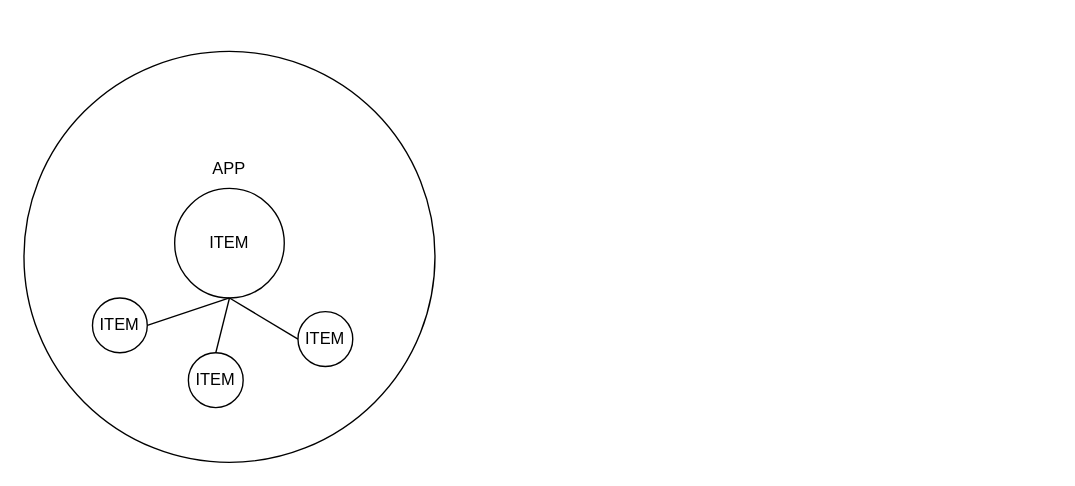
Before: Untitled Diagram.drawio in NikoHelle/diagrams, a draw.io diagram. Source tidied: cells renumbered, new cells numbered last; positions are measured from the earlier drawing's top-left corner, leaving out a move shared by most shapes. Both pictures are drawn from the tidied source at 137%, with x=0, y=0 at pixel (23, 51).
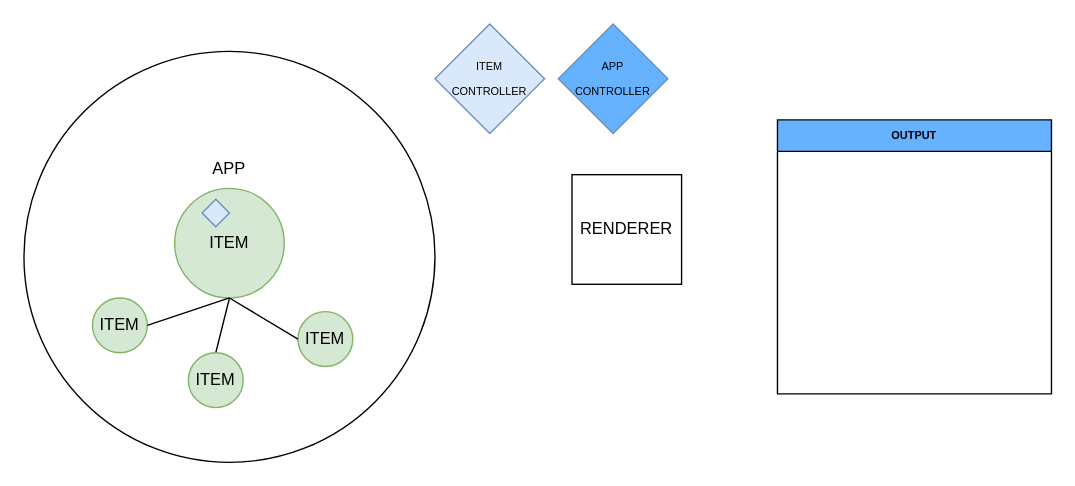
After the change.

What changed in the source:
```diff
@@
 <mxGraphModel>
   <root>
     <mxCell id="0" />
     <mxCell id="1" parent="0" />
     <mxCell id="2" value="APP&lt;br&gt;&lt;br&gt;&lt;br&gt;&lt;br&gt;&lt;br&gt;&lt;br&gt;&lt;br&gt;&lt;br&gt;&lt;br&gt;&lt;br&gt;" style="ellipse;whiteSpace=wrap;html=1;" parent="1" vertex="1">
       <mxGeometry width="300" height="300" as="geometry" />
     </mxCell>
-    <mxCell id="3" value="ITEM" style="ellipse;whiteSpace=wrap;html=1;" parent="1" vertex="1">
+    <mxCell id="3" value="ITEM" style="ellipse;whiteSpace=wrap;html=1;fillColor=#d5e8d4;strokeColor=#82b366;" parent="1" vertex="1">
       <mxGeometry x="110" y="100" width="80" height="80" as="geometry" />
     </mxCell>
     <mxCell id="4" style="edgeStyle=none;rounded=0;jettySize=auto;html=1;exitX=0.5;exitY=1;exitDx=0;exitDy=0;entryX=0.5;entryY=0;entryDx=0;entryDy=0;endArrow=none;endFill=0;" parent="1" edge="1" source="3" target="5">
       <mxGeometry relative="1" as="geometry" />
     </mxCell>
-    <mxCell id="5" value="ITEM" style="ellipse;whiteSpace=wrap;html=1;" parent="1" vertex="1">
+    <mxCell id="5" value="ITEM" style="ellipse;whiteSpace=wrap;html=1;fillColor=#d5e8d4;strokeColor=#82b366;" parent="1" vertex="1">
       <mxGeometry x="120" y="220" width="40" height="40" as="geometry" />
     </mxCell>
-    <mxCell id="6" value="ITEM" style="ellipse;whiteSpace=wrap;html=1;" parent="1" vertex="1">
+    <mxCell id="6" value="ITEM" style="ellipse;whiteSpace=wrap;html=1;fillColor=#d5e8d4;strokeColor=#82b366;" parent="1" vertex="1">
       <mxGeometry x="50" y="180" width="40" height="40" as="geometry" />
     </mxCell>
-    <mxCell id="7" value="ITEM" style="ellipse;whiteSpace=wrap;html=1;" parent="1" vertex="1">
+    <mxCell id="7" value="ITEM" style="ellipse;whiteSpace=wrap;html=1;fillColor=#d5e8d4;strokeColor=#82b366;" parent="1" vertex="1">
       <mxGeometry x="200" y="190" width="40" height="40" as="geometry" />
     </mxCell>
     <mxCell id="8" style="endArrow=none;html=1;rounded=0;entryX=0.5;entryY=1;entryDx=0;entryDy=0;exitX=1;exitY=0.5;exitDx=0;exitDy=0;" parent="1" edge="1" source="6" target="3">
       <mxGeometry relative="1" as="geometry" />
     </mxCell>
     <mxCell id="9" style="endArrow=none;html=1;rounded=0;exitX=0.5;exitY=1;exitDx=0;exitDy=0;entryX=0;entryY=0.5;entryDx=0;entryDy=0;" parent="1" edge="1" source="3" target="7">
       <mxGeometry relative="1" as="geometry" />
     </mxCell>
+    <mxCell id="10" value="RENDERER" style="whiteSpace=wrap;html=1;" parent="1" vertex="1">
+      <mxGeometry x="400" y="90" width="80" height="80" as="geometry" />
+    </mxCell>
+    <mxCell id="11" value="&lt;p style=&quot;font-size: 8px&quot;&gt;ITEM&lt;/p&gt;&lt;p style=&quot;font-size: 8px&quot;&gt;&lt;span&gt;CONTROLLER&lt;/span&gt;&lt;/p&gt;" style="rhombus;whiteSpace=wrap;html=1;fillColor=#dae8fc;strokeColor=#6c8ebf;" parent="1" vertex="1">
+      <mxGeometry x="300" y="-20" width="80" height="80" as="geometry" />
+    </mxCell>
+    <mxCell id="12" style="rhombus;whiteSpace=wrap;html=1;fontSize=8;fillColor=#dae8fc;strokeColor=#6c8ebf;" parent="1" vertex="1">
+      <mxGeometry x="130" y="108" width="20" height="20" as="geometry" />
+    </mxCell>
+    <mxCell id="13" value="&lt;p style=&quot;font-size: 8px&quot;&gt;APP&lt;/p&gt;&lt;p style=&quot;font-size: 8px&quot;&gt;&lt;span&gt;CONTROLLER&lt;/span&gt;&lt;/p&gt;" style="rhombus;whiteSpace=wrap;html=1;fillColor=#66B2FF;strokeColor=#6c8ebf;" parent="1" vertex="1">
+      <mxGeometry x="390" y="-20" width="80" height="80" as="geometry" />
+    </mxCell>
+    <mxCell id="14" value="OUTPUT" style="swimlane;fontSize=8;fillColor=#66B2FF;" parent="1" vertex="1">
+      <mxGeometry x="550" y="50" width="200" height="200" as="geometry" />
+    </mxCell>
   </root>
 </mxGraphModel>
```
